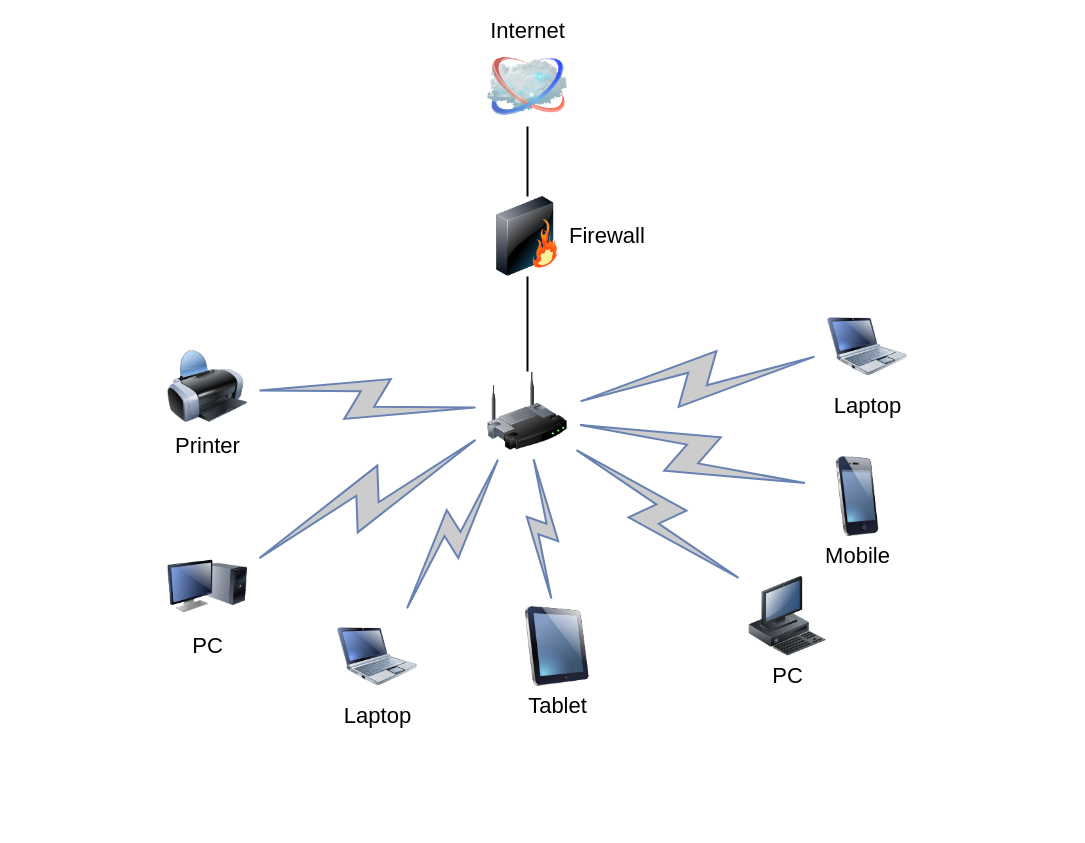
Petevii7/Petevii7 keeps this draw.io diagram as Untitled Diagram.drawio. Above is the earlier version. Source tidied: cells renumbered, new cells numbered last; positions are measured from the earlier drawing's top-left corner, leaving out a move shared by most shapes. Both pictures are drawn from the tidied source at 100%, with x=0, y=0 at pixel (167, 46).
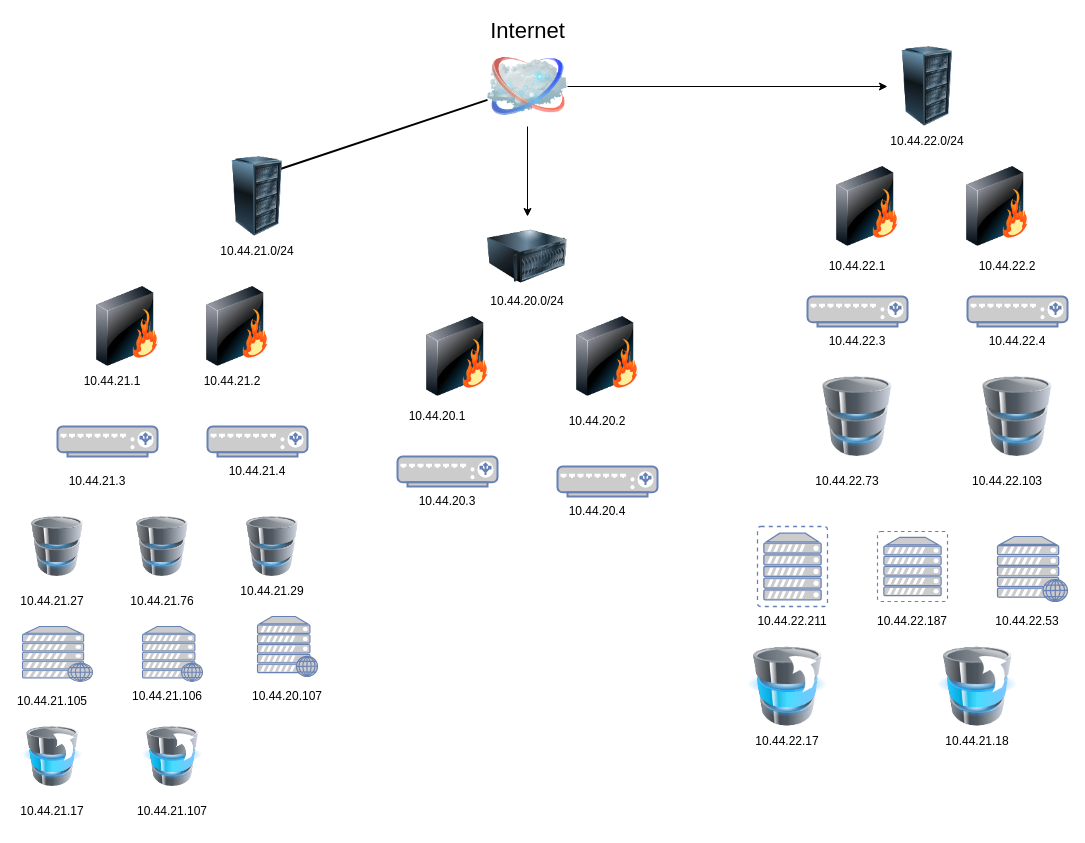
After the change.

Unchanged cells that the change refers to:
```xml
<mxCell id="4" value="Internet" style="image;html=1;labelBackgroundColor=#ffffff;image=img/lib/clip_art/networking/Cloud_128x128.png;rounded=1;shadow=0;comic=0;strokeWidth=2;fontSize=22;labelPosition=center;verticalLabelPosition=top;align=center;verticalAlign=bottom;" parent="1" vertex="1">
  <mxGeometry x="320" width="80" height="80" as="geometry" />
</mxCell>
```

What changed in the source:
```diff
@@
-    <mxCell id="2" style="edgeStyle=none;rounded=0;html=1;labelBackgroundColor=none;endArrow=none;strokeWidth=2;fontFamily=Verdana;fontSize=22;" parent="1" edge="1" source="3" target="6">
-      <mxGeometry relative="1" as="geometry" />
-    </mxCell>
-    <mxCell id="3" style="image;html=1;labelBackgroundColor=#ffffff;image=img/lib/clip_art/networking/Wireless_Router_128x128.png;rounded=1;shadow=0;comic=0;strokeWidth=2;fontSize=22;" parent="1" vertex="1">
-      <mxGeometry x="320" y="325" width="80" height="80" as="geometry" />
-    </mxCell>
+    <mxCell id="21" style="edgeStyle=orthogonalEdgeStyle;rounded=0;jettySize=auto;html=1;" parent="1" edge="1" source="4" target="23">
+      <mxGeometry relative="1" as="geometry" />
+    </mxCell>
+    <mxCell id="22" style="edgeStyle=orthogonalEdgeStyle;rounded=0;jettySize=auto;html=1;" parent="1" edge="1" source="4" target="24">
+      <mxGeometry relative="1" as="geometry" />
+    </mxCell>
@@
-    <mxCell id="5" style="edgeStyle=none;rounded=0;html=1;labelBackgroundColor=none;endArrow=none;strokeWidth=2;fontFamily=Verdana;fontSize=22;" parent="1" edge="1" source="6" target="4">
-      <mxGeometry relative="1" as="geometry" />
+    <mxCell id="5" style="edgeStyle=none;rounded=0;html=1;labelBackgroundColor=none;endArrow=none;strokeWidth=2;fontFamily=Verdana;fontSize=22;" parent="1" edge="1" target="4">
+      <mxGeometry relative="1" as="geometry">
+        <mxPoint x="100" y="126.7" as="sourcePoint" />
+      </mxGeometry>
     </mxCell>
-    <mxCell id="6" value="Firewall" style="image;html=1;labelBackgroundColor=#ffffff;image=img/lib/clip_art/networking/Firewall_128x128.png;rounded=1;shadow=0;comic=0;strokeWidth=2;fontSize=22;labelPosition=right;verticalLabelPosition=middle;align=left;verticalAlign=middle;" parent="1" vertex="1">
-      <mxGeometry x="320" y="150" width="80" height="80" as="geometry" />
-    </mxCell>
-    <mxCell id="7" value="Tablet" style="image;html=1;labelBackgroundColor=#ffffff;image=img/lib/clip_art/computers/iPad_128x128.png;rounded=1;shadow=0;comic=0;strokeWidth=2;fontSize=22;" parent="1" vertex="1">
-      <mxGeometry x="350" y="560" width="80" height="80" as="geometry" />
-    </mxCell>
-    <mxCell id="8" value="PC" style="image;html=1;labelBackgroundColor=#ffffff;image=img/lib/clip_art/computers/Monitor_Tower_128x128.png;rounded=1;shadow=0;comic=0;strokeWidth=2;fontSize=22;" parent="1" vertex="1">
-      <mxGeometry y="500" width="80" height="80" as="geometry" />
-    </mxCell>
-    <mxCell id="9" value="Printer" style="image;html=1;labelBackgroundColor=#ffffff;image=img/lib/clip_art/computers/Printer_128x128.png;rounded=1;shadow=0;comic=0;strokeWidth=2;fontSize=22;" parent="1" vertex="1">
-      <mxGeometry y="300" width="80" height="80" as="geometry" />
-    </mxCell>
-    <mxCell id="10" value="PC" style="image;html=1;labelBackgroundColor=#ffffff;image=img/lib/clip_art/computers/Workstation_128x128.png;rounded=1;shadow=0;comic=0;strokeWidth=2;fontSize=22;" parent="1" vertex="1">
-      <mxGeometry x="580" y="530" width="80" height="80" as="geometry" />
-    </mxCell>
-    <mxCell id="11" value="Mobile" style="image;html=1;labelBackgroundColor=#ffffff;image=img/lib/clip_art/telecommunication/iPhone_128x128.png;rounded=1;shadow=0;comic=0;strokeWidth=2;fontSize=22;" parent="1" vertex="1">
-      <mxGeometry x="650" y="410" width="80" height="80" as="geometry" />
-    </mxCell>
-    <mxCell id="12" value="Laptop" style="image;html=1;labelBackgroundColor=#ffffff;image=img/lib/clip_art/computers/Netbook_128x128.png;rounded=1;shadow=0;comic=0;strokeColor=#000000;strokeWidth=2;fillColor=#FFFFFF;fontSize=22;fontColor=#000000;" parent="1" vertex="1">
-      <mxGeometry x="660" y="260" width="80" height="80" as="geometry" />
-    </mxCell>
-    <mxCell id="13" value="Laptop" style="image;html=1;labelBackgroundColor=#ffffff;image=img/lib/clip_art/computers/Netbook_128x128.png;rounded=1;shadow=0;comic=0;strokeWidth=2;fontSize=22;" parent="1" vertex="1">
-      <mxGeometry x="170" y="570" width="80" height="80" as="geometry" />
-    </mxCell>
-    <mxCell id="14" style="html=1;fillColor=#CCCCCC;strokeColor=#6881B3;gradientColor=none;gradientDirection=north;strokeWidth=2;shape=mxgraph.networks.comm_link_edge;html=1;labelBackgroundColor=none;endArrow=none;fontFamily=Verdana;fontSize=22;fontColor=#000000;" parent="1" edge="1" source="9" target="3">
-      <mxGeometry relative="1" as="geometry" />
-    </mxCell>
-    <mxCell id="15" style="html=1;fillColor=#CCCCCC;strokeColor=#6881B3;gradientColor=none;gradientDirection=north;strokeWidth=2;shape=mxgraph.networks.comm_link_edge;html=1;labelBackgroundColor=none;endArrow=none;fontFamily=Verdana;fontSize=22;fontColor=#000000;fontStyle=1;" parent="1" edge="1" source="8" target="3">
-      <mxGeometry relative="1" as="geometry" />
-    </mxCell>
-    <mxCell id="16" style="html=1;fillColor=#CCCCCC;strokeColor=#6881B3;gradientColor=none;gradientDirection=north;strokeWidth=2;shape=mxgraph.networks.comm_link_edge;html=1;labelBackgroundColor=none;endArrow=none;fontFamily=Verdana;fontSize=22;fontColor=#000000;" parent="1" edge="1" source="13" target="3">
-      <mxGeometry relative="1" as="geometry" />
-    </mxCell>
-    <mxCell id="17" style="html=1;fillColor=#CCCCCC;strokeColor=#6881B3;gradientColor=none;gradientDirection=north;strokeWidth=2;shape=mxgraph.networks.comm_link_edge;html=1;labelBackgroundColor=none;endArrow=none;fontFamily=Verdana;fontSize=22;fontColor=#000000;" parent="1" edge="1" source="7" target="3">
-      <mxGeometry relative="1" as="geometry" />
-    </mxCell>
-    <mxCell id="18" style="html=1;fillColor=#CCCCCC;strokeColor=#6881B3;gradientColor=none;gradientDirection=north;strokeWidth=2;shape=mxgraph.networks.comm_link_edge;html=1;labelBackgroundColor=none;endArrow=none;fontFamily=Verdana;fontSize=22;fontColor=#000000;" parent="1" edge="1" source="10" target="3">
-      <mxGeometry relative="1" as="geometry" />
-    </mxCell>
-    <mxCell id="19" style="html=1;fillColor=#CCCCCC;strokeColor=#6881B3;gradientColor=none;gradientDirection=north;strokeWidth=2;shape=mxgraph.networks.comm_link_edge;html=1;labelBackgroundColor=none;endArrow=none;fontFamily=Verdana;fontSize=22;fontColor=#000000;" parent="1" edge="1" source="11" target="3">
-      <mxGeometry relative="1" as="geometry" />
-    </mxCell>
-    <mxCell id="20" style="html=1;fillColor=#CCCCCC;strokeColor=#6881B3;gradientColor=none;gradientDirection=north;strokeWidth=2;shape=mxgraph.networks.comm_link_edge;html=1;labelBackgroundColor=none;endArrow=none;fontFamily=Verdana;fontSize=22;fontColor=#000000;" parent="1" edge="1" source="12" target="3">
-      <mxGeometry relative="1" as="geometry" />
-    </mxCell>
+    <mxCell id="23" style="image;html=1;image=img/lib/clip_art/computers/Server_128x128.png;" parent="1" vertex="1">
+      <mxGeometry x="320" y="170" width="80" height="80" as="geometry" />
+    </mxCell>
+    <mxCell id="24" style="image;html=1;image=img/lib/clip_art/computers/Server_Rack_128x128.png;" parent="1" vertex="1">
+      <mxGeometry x="720" width="80" height="80" as="geometry" />
+    </mxCell>
+    <mxCell id="25" style="image;html=1;image=img/lib/clip_art/computers/Server_Rack_128x128.png;" parent="1" vertex="1">
+      <mxGeometry x="50" y="110" width="80" height="80" as="geometry" />
+    </mxCell>
+    <mxCell id="26" value="10.44.21.0/24" style="text;strokeColor=none;align=center;fillColor=none;html=1;verticalAlign=middle;whiteSpace=wrap;rounded=0;" parent="1" vertex="1">
+      <mxGeometry x="60" y="190" width="60" height="30" as="geometry" />
+    </mxCell>
+    <mxCell id="27" value="10.44.22.0/24" style="text;strokeColor=none;align=center;fillColor=none;html=1;verticalAlign=middle;whiteSpace=wrap;rounded=0;" parent="1" vertex="1">
+      <mxGeometry x="730" y="80" width="60" height="30" as="geometry" />
+    </mxCell>
+    <mxCell id="28" value="10.44.20.0/24" style="text;strokeColor=none;align=center;fillColor=none;html=1;verticalAlign=middle;whiteSpace=wrap;rounded=0;" parent="1" vertex="1">
+      <mxGeometry x="330" y="240" width="60" height="30" as="geometry" />
+    </mxCell>
+    <mxCell id="29" style="image;html=1;image=img/lib/clip_art/networking/Firewall_128x128.png;" parent="1" vertex="1">
+      <mxGeometry x="250" y="270" width="80" height="80" as="geometry" />
+    </mxCell>
+    <mxCell id="30" style="image;html=1;image=img/lib/clip_art/networking/Firewall_128x128.png;" parent="1" vertex="1">
+      <mxGeometry x="400" y="270" width="80" height="80" as="geometry" />
+    </mxCell>
+    <mxCell id="31" style="image;html=1;image=img/lib/clip_art/networking/Firewall_128x128.png;" parent="1" vertex="1">
+      <mxGeometry x="-80" y="240" width="80" height="80" as="geometry" />
+    </mxCell>
+    <mxCell id="32" style="image;html=1;image=img/lib/clip_art/networking/Firewall_128x128.png;" parent="1" vertex="1">
+      <mxGeometry x="30" y="240" width="80" height="80" as="geometry" />
+    </mxCell>
+    <mxCell id="33" style="image;html=1;image=img/lib/clip_art/networking/Firewall_128x128.png;" parent="1" vertex="1">
+      <mxGeometry x="660" y="120" width="80" height="80" as="geometry" />
+    </mxCell>
+    <mxCell id="34" style="image;html=1;image=img/lib/clip_art/networking/Firewall_128x128.png;" parent="1" vertex="1">
+      <mxGeometry x="790" y="120" width="80" height="80" as="geometry" />
+    </mxCell>
+    <mxCell id="35" style="image;html=1;image=img/lib/clip_art/computers/Database_128x128.png;" parent="1" vertex="1">
+      <mxGeometry x="-140" y="470" width="60" height="60" as="geometry" />
+    </mxCell>
+    <mxCell id="36" style="image;html=1;image=img/lib/clip_art/computers/Database_128x128.png;" parent="1" vertex="1">
+      <mxGeometry x="-40" y="470" width="70" height="60" as="geometry" />
+    </mxCell>
+    <mxCell id="37" style="image;html=1;image=img/lib/clip_art/computers/Database_128x128.png;" parent="1" vertex="1">
+      <mxGeometry x="70" y="470" width="70" height="60" as="geometry" />
+    </mxCell>
+    <mxCell id="38" style="image;html=1;image=img/lib/clip_art/computers/Database_128x128.png;" parent="1" vertex="1">
+      <mxGeometry x="810" y="330" width="80" height="80" as="geometry" />
+    </mxCell>
+    <mxCell id="39" style="fontColor=#0066CC;verticalAlign=top;verticalLabelPosition=bottom;labelPosition=center;align=center;html=1;fillColor=#CCCCCC;strokeColor=#6881B3;gradientColor=none;gradientDirection=north;strokeWidth=2;shape=mxgraph.networks.load_balancer;" parent="1" vertex="1">
+      <mxGeometry x="-110" y="380" width="100" height="30" as="geometry" />
+    </mxCell>
+    <mxCell id="40" style="fontColor=#0066CC;verticalAlign=top;verticalLabelPosition=bottom;labelPosition=center;align=center;html=1;fillColor=#CCCCCC;strokeColor=#6881B3;gradientColor=none;gradientDirection=north;strokeWidth=2;shape=mxgraph.networks.load_balancer;" parent="1" vertex="1">
+      <mxGeometry x="40" y="380" width="100" height="30" as="geometry" />
+    </mxCell>
+    <mxCell id="41" style="fontColor=#0066CC;verticalAlign=top;verticalLabelPosition=bottom;labelPosition=center;align=center;html=1;fillColor=#CCCCCC;strokeColor=#6881B3;gradientColor=none;gradientDirection=north;strokeWidth=2;shape=mxgraph.networks.load_balancer;" parent="1" vertex="1">
+      <mxGeometry x="230" y="410" width="100" height="30" as="geometry" />
+    </mxCell>
+    <mxCell id="42" style="fontColor=#0066CC;verticalAlign=top;verticalLabelPosition=bottom;labelPosition=center;align=center;html=1;fillColor=#CCCCCC;strokeColor=#6881B3;gradientColor=none;gradientDirection=north;strokeWidth=2;shape=mxgraph.networks.load_balancer;" parent="1" vertex="1">
+      <mxGeometry x="390" y="420" width="100" height="30" as="geometry" />
+    </mxCell>
+    <mxCell id="43" style="image;html=1;image=img/lib/clip_art/computers/Database_128x128.png;" parent="1" vertex="1">
+      <mxGeometry x="650" y="330" width="80" height="80" as="geometry" />
+    </mxCell>
+    <mxCell id="44" style="fontColor=#0066CC;verticalAlign=top;verticalLabelPosition=bottom;labelPosition=center;align=center;html=1;fillColor=#CCCCCC;strokeColor=#6881B3;gradientColor=none;gradientDirection=north;strokeWidth=2;shape=mxgraph.networks.load_balancer;" parent="1" vertex="1">
+      <mxGeometry x="640" y="250" width="100" height="30" as="geometry" />
+    </mxCell>
+    <mxCell id="45" style="fontColor=#0066CC;verticalAlign=top;verticalLabelPosition=bottom;labelPosition=center;align=center;html=1;fillColor=#CCCCCC;strokeColor=#6881B3;gradientColor=none;gradientDirection=north;strokeWidth=2;shape=mxgraph.networks.load_balancer;" parent="1" vertex="1">
+      <mxGeometry x="800" y="250" width="100" height="30" as="geometry" />
+    </mxCell>
+    <mxCell id="46" style="fontColor=#0066CC;verticalAlign=top;verticalLabelPosition=bottom;labelPosition=center;align=center;html=1;fillColor=#CCCCCC;strokeColor=#6881B3;gradientColor=none;gradientDirection=north;strokeWidth=2;shape=mxgraph.networks.web_server;" parent="1" vertex="1">
+      <mxGeometry x="-145" y="580" width="70" height="55" as="geometry" />
+    </mxCell>
+    <mxCell id="47" style="fontColor=#0066CC;verticalAlign=top;verticalLabelPosition=bottom;labelPosition=center;align=center;html=1;fillColor=#CCCCCC;strokeColor=#6881B3;gradientColor=none;gradientDirection=north;strokeWidth=2;shape=mxgraph.networks.web_server;" parent="1" vertex="1">
+      <mxGeometry x="-25" y="580" width="60" height="55" as="geometry" />
+    </mxCell>
+    <mxCell id="48" style="fontColor=#0066CC;verticalAlign=top;verticalLabelPosition=bottom;labelPosition=center;align=center;html=1;fillColor=#CCCCCC;strokeColor=#6881B3;gradientColor=none;gradientDirection=north;strokeWidth=2;shape=mxgraph.networks.web_server;" parent="1" vertex="1">
+      <mxGeometry x="90" y="570" width="60" height="60" as="geometry" />
+    </mxCell>
+    <mxCell id="49" style="fontColor=#0066CC;verticalAlign=top;verticalLabelPosition=bottom;labelPosition=center;align=center;html=1;fillColor=#CCCCCC;strokeColor=#6881B3;gradientColor=none;gradientDirection=north;strokeWidth=2;shape=mxgraph.networks.virtual_server;" parent="1" vertex="1">
+      <mxGeometry x="710" y="485" width="70" height="70" as="geometry" />
+    </mxCell>
+    <mxCell id="50" style="fontColor=#0066CC;verticalAlign=top;verticalLabelPosition=bottom;labelPosition=center;align=center;html=1;fillColor=#CCCCCC;strokeColor=#6881B3;gradientColor=none;gradientDirection=north;strokeWidth=2;shape=mxgraph.networks.web_server;" parent="1" vertex="1">
+      <mxGeometry x="830" y="490" width="70" height="65" as="geometry" />
+    </mxCell>
+    <mxCell id="51" style="fontColor=#0066CC;verticalAlign=top;verticalLabelPosition=bottom;labelPosition=center;align=center;html=1;fillColor=#CCCCCC;strokeColor=#6881B3;gradientColor=none;gradientDirection=north;strokeWidth=2;shape=mxgraph.networks.virtual_server;" parent="1" vertex="1">
+      <mxGeometry x="590" y="480" width="70" height="80" as="geometry" />
+    </mxCell>
+    <mxCell id="52" style="image;html=1;image=img/lib/clip_art/computers/Database_Move_Stack_128x128.png;" parent="1" vertex="1">
+      <mxGeometry x="-150" y="680" width="70" height="60" as="geometry" />
+    </mxCell>
+    <mxCell id="53" style="image;html=1;image=img/lib/clip_art/computers/Database_Move_Stack_128x128.png;" parent="1" vertex="1">
+      <mxGeometry x="-30" y="680" width="70" height="60" as="geometry" />
+    </mxCell>
+    <mxCell id="54" style="image;html=1;image=img/lib/clip_art/computers/Database_Move_Stack_128x128.png;" parent="1" vertex="1">
+      <mxGeometry x="580" y="600" width="80" height="80" as="geometry" />
+    </mxCell>
+    <mxCell id="55" style="image;html=1;image=img/lib/clip_art/computers/Database_Move_Stack_128x128.png;" parent="1" vertex="1">
+      <mxGeometry x="770" y="600" width="80" height="80" as="geometry" />
+    </mxCell>
+    <mxCell id="56" value="10.44.21.1" style="text;strokeColor=none;align=center;fillColor=none;html=1;verticalAlign=middle;whiteSpace=wrap;rounded=0;" parent="1" vertex="1">
+      <mxGeometry x="-85" y="320" width="60" height="30" as="geometry" />
+    </mxCell>
+    <mxCell id="57" value="10.44.21.2" style="text;strokeColor=none;align=center;fillColor=none;html=1;verticalAlign=middle;whiteSpace=wrap;rounded=0;" parent="1" vertex="1">
+      <mxGeometry x="35" y="320" width="60" height="30" as="geometry" />
+    </mxCell>
+    <mxCell id="58" value="10.44.20.1" style="text;strokeColor=none;align=center;fillColor=none;html=1;verticalAlign=middle;whiteSpace=wrap;rounded=0;" parent="1" vertex="1">
+      <mxGeometry x="240" y="355" width="60" height="30" as="geometry" />
+    </mxCell>
+    <mxCell id="59" value="10.44.20.2" style="text;strokeColor=none;align=center;fillColor=none;html=1;verticalAlign=middle;whiteSpace=wrap;rounded=0;" parent="1" vertex="1">
+      <mxGeometry x="400" y="360" width="60" height="30" as="geometry" />
+    </mxCell>
+    <mxCell id="60" value="10.44.22.1" style="text;strokeColor=none;align=center;fillColor=none;html=1;verticalAlign=middle;whiteSpace=wrap;rounded=0;" parent="1" vertex="1">
+      <mxGeometry x="660" y="210" width="60" height="20" as="geometry" />
+    </mxCell>
+    <mxCell id="61" value="10.44.22.2" style="text;strokeColor=none;align=center;fillColor=none;html=1;verticalAlign=middle;whiteSpace=wrap;rounded=0;" parent="1" vertex="1">
+      <mxGeometry x="810" y="205" width="60" height="30" as="geometry" />
+    </mxCell>
+    <mxCell id="62" value="10.44.21.3" style="text;strokeColor=none;align=center;fillColor=none;html=1;verticalAlign=middle;whiteSpace=wrap;rounded=0;" parent="1" vertex="1">
+      <mxGeometry x="-100" y="420" width="60" height="30" as="geometry" />
+    </mxCell>
+    <mxCell id="63" value="10.44.21.4" style="text;strokeColor=none;align=center;fillColor=none;html=1;verticalAlign=middle;whiteSpace=wrap;rounded=0;" parent="1" vertex="1">
+      <mxGeometry x="60" y="410" width="60" height="30" as="geometry" />
+    </mxCell>
+    <mxCell id="64" value="10.44.20.3" style="text;strokeColor=none;align=center;fillColor=none;html=1;verticalAlign=middle;whiteSpace=wrap;rounded=0;" parent="1" vertex="1">
+      <mxGeometry x="250" y="440" width="60" height="30" as="geometry" />
+    </mxCell>
+    <mxCell id="65" value="10.44.20.4" style="text;strokeColor=none;align=center;fillColor=none;html=1;verticalAlign=middle;whiteSpace=wrap;rounded=0;" parent="1" vertex="1">
+      <mxGeometry x="400" y="450" width="60" height="30" as="geometry" />
+    </mxCell>
+    <mxCell id="66" value="10.44.22.3" style="text;strokeColor=none;align=center;fillColor=none;html=1;verticalAlign=middle;whiteSpace=wrap;rounded=0;" parent="1" vertex="1">
+      <mxGeometry x="660" y="280" width="60" height="30" as="geometry" />
+    </mxCell>
+    <mxCell id="67" value="10.44.22.4" style="text;strokeColor=none;align=center;fillColor=none;html=1;verticalAlign=middle;whiteSpace=wrap;rounded=0;" parent="1" vertex="1">
+      <mxGeometry x="820" y="280" width="60" height="30" as="geometry" />
+    </mxCell>
+    <mxCell id="68" value="10.44.21.27" style="text;strokeColor=none;align=center;fillColor=none;html=1;verticalAlign=middle;whiteSpace=wrap;rounded=0;" parent="1" vertex="1">
+      <mxGeometry x="-145" y="540" width="60" height="30" as="geometry" />
+    </mxCell>
+    <mxCell id="69" value="10.44.21.76" style="text;strokeColor=none;align=center;fillColor=none;html=1;verticalAlign=middle;whiteSpace=wrap;rounded=0;" parent="1" vertex="1">
+      <mxGeometry x="-35" y="540" width="60" height="30" as="geometry" />
+    </mxCell>
+    <mxCell id="70" value="10.44.21.29" style="text;strokeColor=none;align=center;fillColor=none;html=1;verticalAlign=middle;whiteSpace=wrap;rounded=0;" parent="1" vertex="1">
+      <mxGeometry x="75" y="530" width="60" height="30" as="geometry" />
+    </mxCell>
+    <mxCell id="71" value="10.44.22.73" style="text;strokeColor=none;align=center;fillColor=none;html=1;verticalAlign=middle;whiteSpace=wrap;rounded=0;" parent="1" vertex="1">
+      <mxGeometry x="650" y="420" width="60" height="30" as="geometry" />
+    </mxCell>
+    <mxCell id="72" value="10.44.22.103" style="text;strokeColor=none;align=center;fillColor=none;html=1;verticalAlign=middle;whiteSpace=wrap;rounded=0;" parent="1" vertex="1">
+      <mxGeometry x="810" y="420" width="60" height="30" as="geometry" />
+    </mxCell>
+    <mxCell id="73" value="10.44.21.105" style="text;strokeColor=none;align=center;fillColor=none;html=1;verticalAlign=middle;whiteSpace=wrap;rounded=0;" parent="1" vertex="1">
+      <mxGeometry x="-145" y="640" width="60" height="30" as="geometry" />
+    </mxCell>
+    <mxCell id="74" value="10.44.21.106" style="text;strokeColor=none;align=center;fillColor=none;html=1;verticalAlign=middle;whiteSpace=wrap;rounded=0;" parent="1" vertex="1">
+      <mxGeometry x="-30" y="635" width="60" height="30" as="geometry" />
+    </mxCell>
+    <mxCell id="75" value="10.44.20.107" style="text;strokeColor=none;align=center;fillColor=none;html=1;verticalAlign=middle;whiteSpace=wrap;rounded=0;" parent="1" vertex="1">
+      <mxGeometry x="90" y="635" width="60" height="30" as="geometry" />
+    </mxCell>
+    <mxCell id="76" value="10.44.22.211" style="text;strokeColor=none;align=center;fillColor=none;html=1;verticalAlign=middle;whiteSpace=wrap;rounded=0;" parent="1" vertex="1">
+      <mxGeometry x="595" y="560" width="60" height="30" as="geometry" />
+    </mxCell>
+    <mxCell id="77" value="10.44.22.187" style="text;strokeColor=none;align=center;fillColor=none;html=1;verticalAlign=middle;whiteSpace=wrap;rounded=0;" parent="1" vertex="1">
+      <mxGeometry x="715" y="560" width="60" height="30" as="geometry" />
+    </mxCell>
+    <mxCell id="78" value="10.44.22.53" style="text;strokeColor=none;align=center;fillColor=none;html=1;verticalAlign=middle;whiteSpace=wrap;rounded=0;" parent="1" vertex="1">
+      <mxGeometry x="830" y="560" width="60" height="30" as="geometry" />
+    </mxCell>
+    <mxCell id="79" value="10.44.21.17" style="text;strokeColor=none;align=center;fillColor=none;html=1;verticalAlign=middle;whiteSpace=wrap;rounded=0;" parent="1" vertex="1">
+      <mxGeometry x="-145" y="750" width="60" height="30" as="geometry" />
+    </mxCell>
+    <mxCell id="80" value="10.44.21.107" style="text;strokeColor=none;align=center;fillColor=none;html=1;verticalAlign=middle;whiteSpace=wrap;rounded=0;" parent="1" vertex="1">
+      <mxGeometry x="-25" y="750" width="60" height="30" as="geometry" />
+    </mxCell>
+    <mxCell id="81" value="10.44.22.17" style="text;strokeColor=none;align=center;fillColor=none;html=1;verticalAlign=middle;whiteSpace=wrap;rounded=0;" parent="1" vertex="1">
+      <mxGeometry x="590" y="680" width="60" height="30" as="geometry" />
+    </mxCell>
+    <mxCell id="82" value="10.44.21.18" style="text;strokeColor=none;align=center;fillColor=none;html=1;verticalAlign=middle;whiteSpace=wrap;rounded=0;" parent="1" vertex="1">
+      <mxGeometry x="780" y="680" width="60" height="30" as="geometry" />
+    </mxCell>
```
